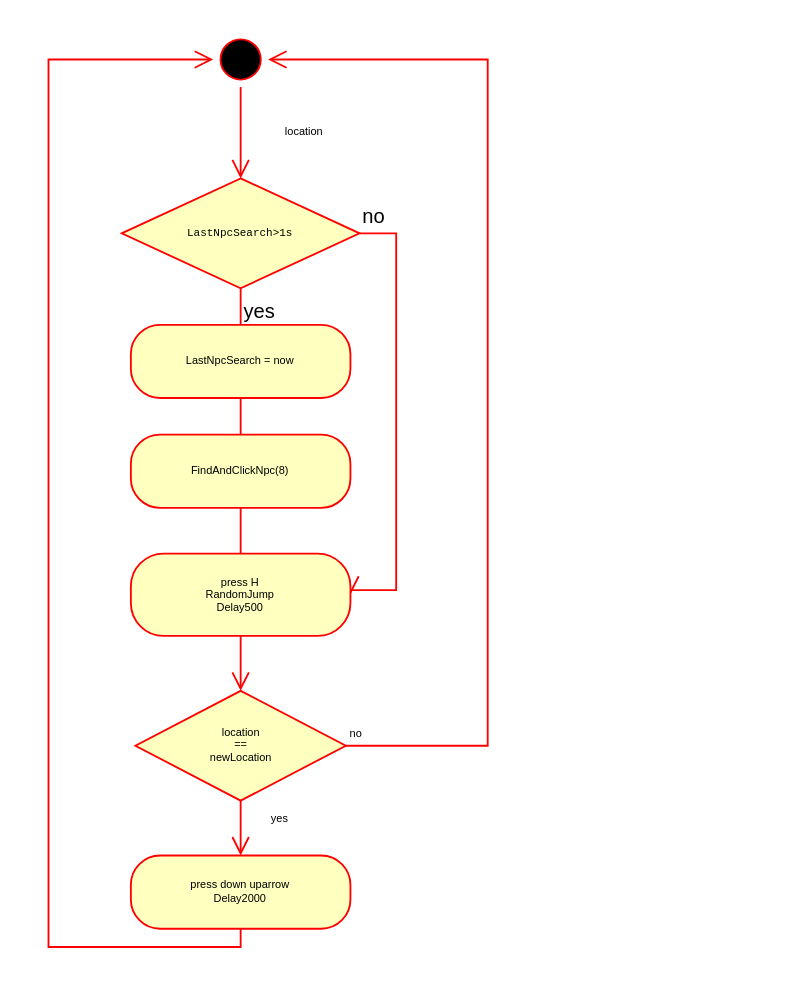
Before: ApproachTargetAction.drawio in YannieCheung/botgrams, a draw.io diagram. Source tidied: cells renumbered, new cells numbered last; positions are measured from the earlier drawing's top-left corner, leaving out a move shared by most shapes. Both pictures are drawn from the tidied source at 183%, with x=0, y=0 at pixel (48, 31).
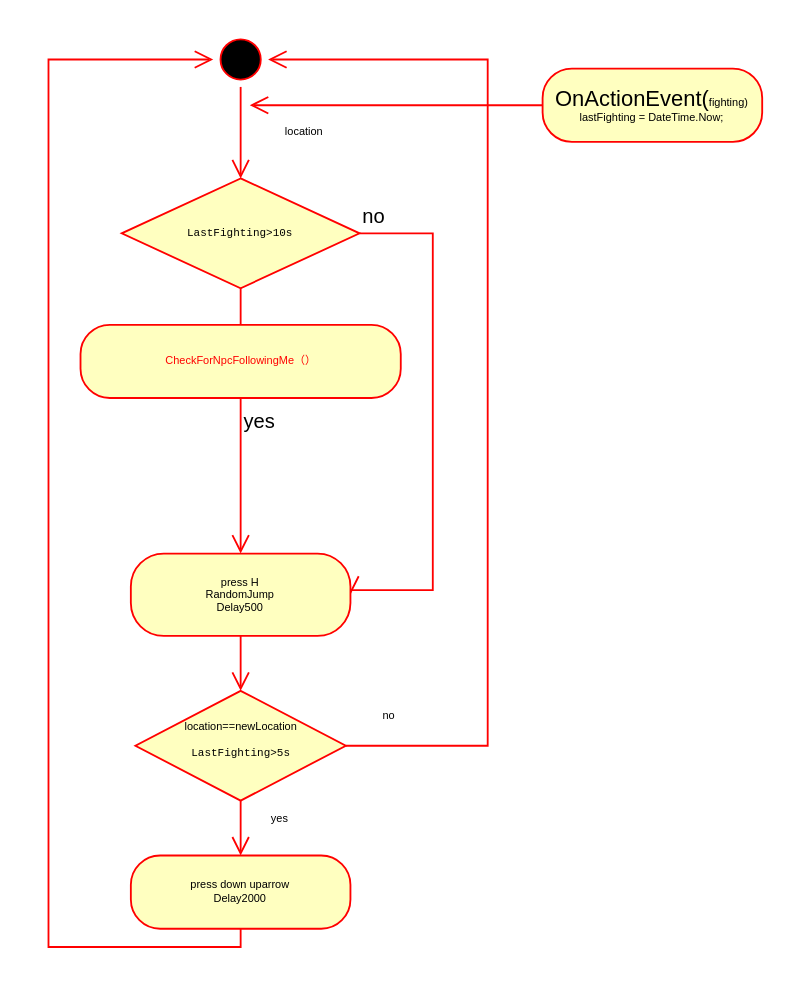
The same page after the edit.

Unchanged cells that the change refers to:
```xml
<mxCell id="2" style="ellipse;html=1;shape=startState;fillColor=#000000;strokeColor=#ff0000;" parent="1" vertex="1">
  <mxGeometry x="90" width="30" height="30" as="geometry" />
</mxCell>
<mxCell id="11" value="press H&lt;br&gt;&lt;span style=&quot;font-size: 6px;&quot;&gt;RandomJump&lt;br&gt;Delay500&lt;/span&gt;" style="rounded=1;whiteSpace=wrap;html=1;arcSize=40;fontColor=#000000;fillColor=#ffffc0;strokeColor=#ff0000;fontFamily=Helvetica;fontSize=6;" parent="1" vertex="1">
  <mxGeometry x="45" y="285" width="120" height="45" as="geometry" />
</mxCell>
<mxCell id="13" value="location" style="text;html=1;strokeColor=none;fillColor=none;align=center;verticalAlign=middle;whiteSpace=wrap;rounded=0;fontFamily=Helvetica;fontSize=6;" parent="1" vertex="1">
  <mxGeometry x="110" y="40" width="60" height="30" as="geometry" />
</mxCell>
```

The edit, as a diff of the source:
```diff
@@
-    <mxCell id="4" value="&lt;pre style=&quot;font-size: 6px;&quot;&gt;&lt;font style=&quot;font-size: 6px;&quot;&gt;LastNpcSearch&amp;gt;1s&lt;/font&gt;&lt;/pre&gt;" style="rhombus;whiteSpace=wrap;html=1;fillColor=#ffffc0;strokeColor=#ff0000;fontSize=6;fontFamily=Helvetica;fontStyle=0;" parent="1" vertex="1">
+    <mxCell id="4" value="&lt;pre style=&quot;font-size: 6px;&quot;&gt;&lt;font style=&quot;font-size: 6px;&quot;&gt;LastFighting&amp;gt;10s&lt;/font&gt;&lt;/pre&gt;" style="rhombus;whiteSpace=wrap;html=1;fillColor=#ffffc0;strokeColor=#ff0000;fontSize=6;fontFamily=Helvetica;fontStyle=0;" parent="1" vertex="1">
       <mxGeometry x="40" y="80" width="130" height="60" as="geometry" />
     </mxCell>
     <mxCell id="5" value="no" style="edgeStyle=orthogonalEdgeStyle;html=1;align=left;verticalAlign=bottom;endArrow=open;endSize=8;strokeColor=#ff0000;rounded=0;entryX=1;entryY=0.5;entryDx=0;entryDy=0;" parent="1" edge="1" source="4" target="11">
       <mxGeometry x="-1" relative="1" as="geometry">
         <Array as="points">
-          <mxPoint x="190" y="110" />
-          <mxPoint x="190" y="305" />
+          <mxPoint x="210" y="110" />
+          <mxPoint x="210" y="305" />
+          <mxPoint x="165" y="305" />
         </Array>
       </mxGeometry>
     </mxCell>
-    <mxCell id="6" value="yes" style="edgeStyle=orthogonalEdgeStyle;html=1;align=left;verticalAlign=top;endArrow=open;endSize=8;strokeColor=#ff0000;rounded=0;" parent="1" edge="1" source="4">
+    <mxCell id="6" value="yes" style="edgeStyle=orthogonalEdgeStyle;html=1;align=left;verticalAlign=top;endArrow=open;endSize=8;strokeColor=#ff0000;rounded=0;startArrow=none;" parent="1" edge="1" source="7">
       <mxGeometry x="-1" relative="1" as="geometry">
         <mxPoint x="105" y="190" as="targetPoint" />
         <Array as="points">
           <mxPoint x="105" y="170" />
           <mxPoint x="105" y="170" />
         </Array>
       </mxGeometry>
     </mxCell>
-    <mxCell id="7" value="LastNpcSearch = now" style="rounded=1;whiteSpace=wrap;html=1;arcSize=40;fontColor=#000000;fillColor=#ffffc0;strokeColor=#ff0000;fontFamily=Helvetica;fontSize=6;" parent="1" vertex="1">
-      <mxGeometry x="45" y="160" width="120" height="40" as="geometry" />
-    </mxCell>
-    <mxCell id="8" style="edgeStyle=orthogonalEdgeStyle;html=1;verticalAlign=bottom;endArrow=open;endSize=8;strokeColor=#ff0000;rounded=0;fontFamily=Helvetica;fontSize=6;" parent="1" edge="1" source="7">
-      <mxGeometry relative="1" as="geometry">
-        <mxPoint x="105" y="240" as="targetPoint" />
-      </mxGeometry>
+    <mxCell id="8" style="edgeStyle=orthogonalEdgeStyle;html=1;verticalAlign=bottom;endArrow=open;endSize=8;strokeColor=#ff0000;rounded=0;fontFamily=Helvetica;fontSize=6;entryX=0.5;entryY=0;entryDx=0;entryDy=0;" parent="1" edge="1" source="7" target="11">
+      <mxGeometry relative="1" as="geometry" />
     </mxCell>
-    <mxCell id="9" value="FindAndClickNpc(8)" style="rounded=1;whiteSpace=wrap;html=1;arcSize=40;fontColor=#000000;fillColor=#ffffc0;strokeColor=#ff0000;fontFamily=Helvetica;fontSize=6;" parent="1" vertex="1">
-      <mxGeometry x="45" y="220" width="120" height="40" as="geometry" />
-    </mxCell>
-    <mxCell id="10" style="edgeStyle=orthogonalEdgeStyle;html=1;verticalAlign=bottom;endArrow=open;endSize=8;strokeColor=#ff0000;rounded=0;fontFamily=Helvetica;fontSize=6;" parent="1" edge="1" source="9">
-      <mxGeometry relative="1" as="geometry">
-        <mxPoint x="105" y="300" as="targetPoint" />
-      </mxGeometry>
-    </mxCell>
@@
-    <mxCell id="14" value="location&lt;br&gt;==&lt;br&gt;newLocation" style="rhombus;whiteSpace=wrap;html=1;fillColor=#ffffc0;strokeColor=#ff0000;fontFamily=Helvetica;fontSize=6;" parent="1" vertex="1">
+    <mxCell id="14" value="location==newLocation&lt;br&gt;&lt;pre&gt;LastFighting&amp;gt;5s&lt;/pre&gt;" style="rhombus;whiteSpace=wrap;html=1;fillColor=#ffffc0;strokeColor=#ff0000;fontFamily=Helvetica;fontSize=6;" parent="1" vertex="1">
       <mxGeometry x="47.5" y="360" width="115" height="60" as="geometry" />
     </mxCell>
     <mxCell id="15" value="no" style="edgeStyle=orthogonalEdgeStyle;html=1;align=left;verticalAlign=bottom;endArrow=open;endSize=8;strokeColor=#ff0000;rounded=0;fontFamily=Helvetica;fontSize=6;" parent="1" edge="1" source="14" target="2">
-      <mxGeometry x="-1" relative="1" as="geometry">
+      <mxGeometry x="-0.94" y="10" relative="1" as="geometry">
         <Array as="points">
           <mxPoint x="240" y="390" />
           <mxPoint x="240" y="15" />
         </Array>
+        <mxPoint x="1" as="offset" />
       </mxGeometry>
     </mxCell>
@@
+    <mxCell id="7" value="&lt;font color=&quot;#ff0000&quot;&gt;CheckForNpcFollowingMe（）&lt;/font&gt;" style="rounded=1;whiteSpace=wrap;html=1;arcSize=40;fontColor=#000000;fillColor=#ffffc0;strokeColor=#ff0000;fontFamily=Helvetica;fontSize=6;" parent="1" vertex="1">
+      <mxGeometry x="17.5" y="160" width="175" height="40" as="geometry" />
+    </mxCell>
+    <mxCell id="19" style="edgeStyle=orthogonalEdgeStyle;html=1;align=left;verticalAlign=top;endArrow=none;endSize=8;strokeColor=#ff0000;rounded=0;" parent="1" edge="1" source="4" target="7">
+      <mxGeometry x="-1" relative="1" as="geometry" />
+    </mxCell>
+    <mxCell id="20" value="&lt;span style=&quot;font-size: 12px; text-align: left; background-color: initial;&quot;&gt;OnActionEvent(&lt;/span&gt;&lt;span style=&quot;text-align: left; background-color: initial;&quot;&gt;fighting)&lt;br&gt;&lt;span style=&quot;font-size: 6px;&quot;&gt;lastFighting = DateTime.Now;&lt;/span&gt;&lt;br&gt;&lt;/span&gt;" style="rounded=1;whiteSpace=wrap;html=1;arcSize=40;fontColor=#000000;fillColor=#ffffc0;strokeColor=#ff0000;fontFamily=Helvetica;fontSize=6;" parent="1" vertex="1">
+      <mxGeometry x="270" y="20" width="120" height="40" as="geometry" />
+    </mxCell>
+    <mxCell id="21" style="edgeStyle=orthogonalEdgeStyle;html=1;verticalAlign=bottom;endArrow=open;endSize=8;strokeColor=#ff0000;rounded=0;fontFamily=Helvetica;fontSize=6;exitX=0;exitY=0.5;exitDx=0;exitDy=0;entryX=0;entryY=0;entryDx=0;entryDy=0;" parent="1" edge="1" source="20" target="13">
+      <mxGeometry relative="1" as="geometry">
+        <Array as="points">
+          <mxPoint x="160" y="40" />
+          <mxPoint x="160" y="40" />
+        </Array>
+      </mxGeometry>
+    </mxCell>
```
